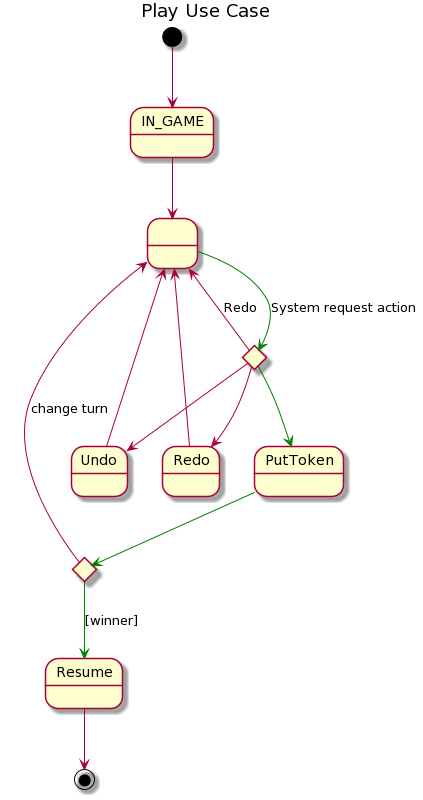
hugohg34/conecta4 keeps this PlantUML diagram as doc/out/casos_uso/play.png. Above is the earlier version. Its diagram source:
```plantuml
@startuml
title Play Use Case
state IN_GAME
state " " as INITIAL
state " " as playerChoice <<choice>>
state is_winner <<choice>>
state PutToken

[*] -down-> IN_GAME
IN_GAME --> INITIAL
INITIAL -[#green]-> playerChoice : System request action
playerChoice --> Undo
playerChoice --> Redo
Undo --> INITIAL
Redo --> INITIAL
playerChoice --> INITIAL : Redo
playerChoice -[#green]-> PutToken
PutToken -[#green]-> is_winner
is_winner -[#green]-> Resume : [winner]
is_winner --> INITIAL : change turn
Resume --> [*]
@enduml
```
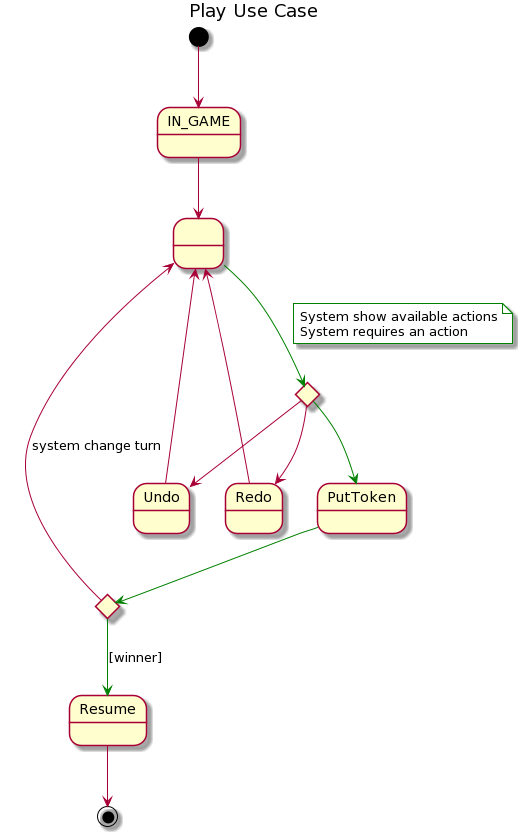
Above is the later version.

Commit message:
fixed play use case

Change to the diagram source:
```diff
@@ -8,15 +8,20 @@
 
 [*] -down-> IN_GAME
 IN_GAME --> INITIAL
-INITIAL -[#green]-> playerChoice : System request action
+INITIAL -[#green]-> playerChoice
+note on link #white
+	System show available actions
+	System requires an action
+end note
+playerChoice -[#green]-> PutToken
+PutToken -[#green]-> is_winner
+is_winner -[#green]-> Resume : [winner]
+
 playerChoice --> Undo
 playerChoice --> Redo
 Undo --> INITIAL
 Redo --> INITIAL
-playerChoice --> INITIAL : Redo
-playerChoice -[#green]-> PutToken
-PutToken -[#green]-> is_winner
-is_winner -[#green]-> Resume : [winner]
-is_winner --> INITIAL : change turn
+
+is_winner --> INITIAL : system change turn
 Resume --> [*]
 @enduml
```
